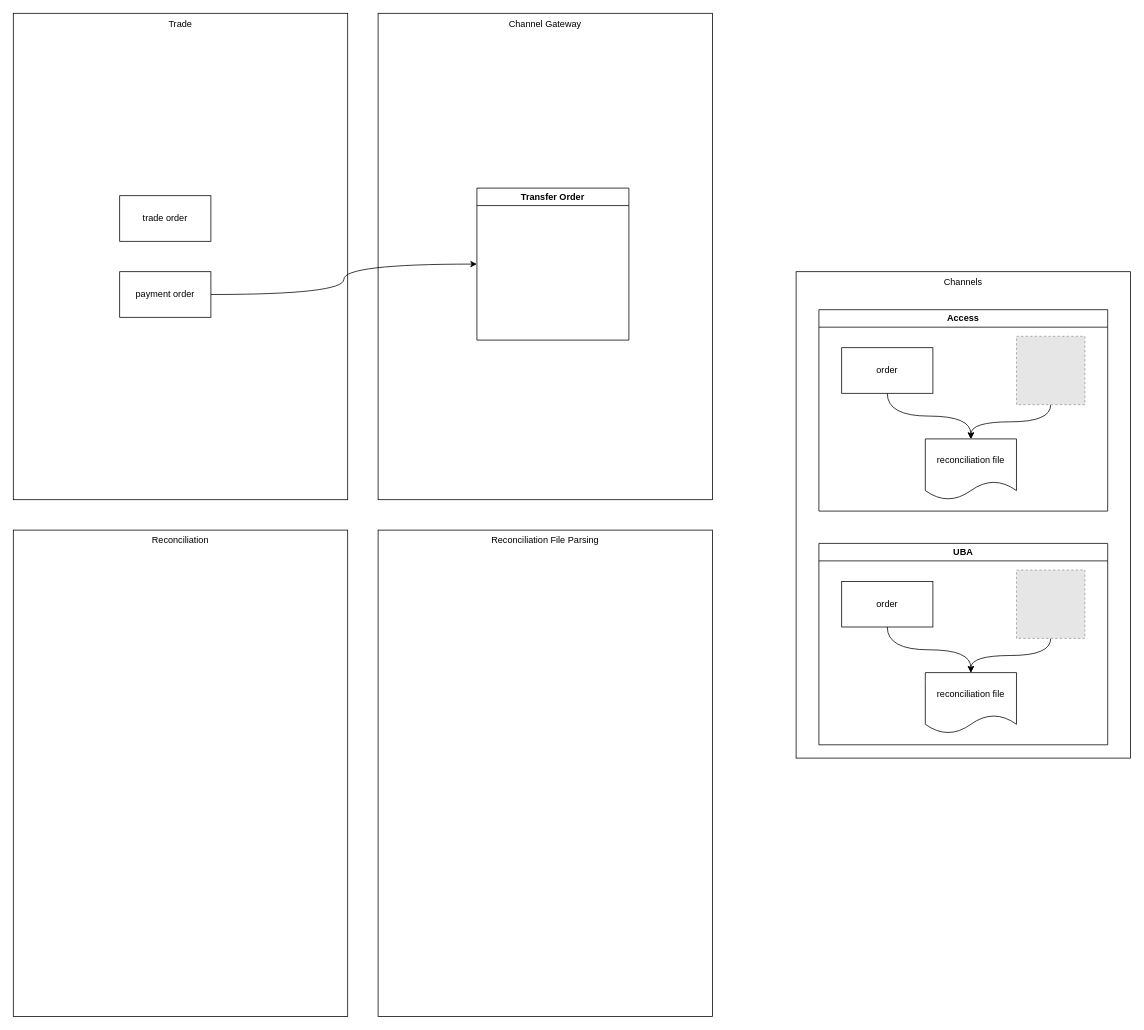
Before: reconciliation solution.drawio in catface996/images, a draw.io diagram. Source tidied: cells renumbered, new cells numbered last; positions are measured from the earlier drawing's top-left corner, leaving out a move shared by most shapes. Both pictures are drawn from the tidied source at 76%, with x=0, y=0 at pixel (13, 13). Pictures stored in the file or linked from it are replaced by grey dashed boxes.
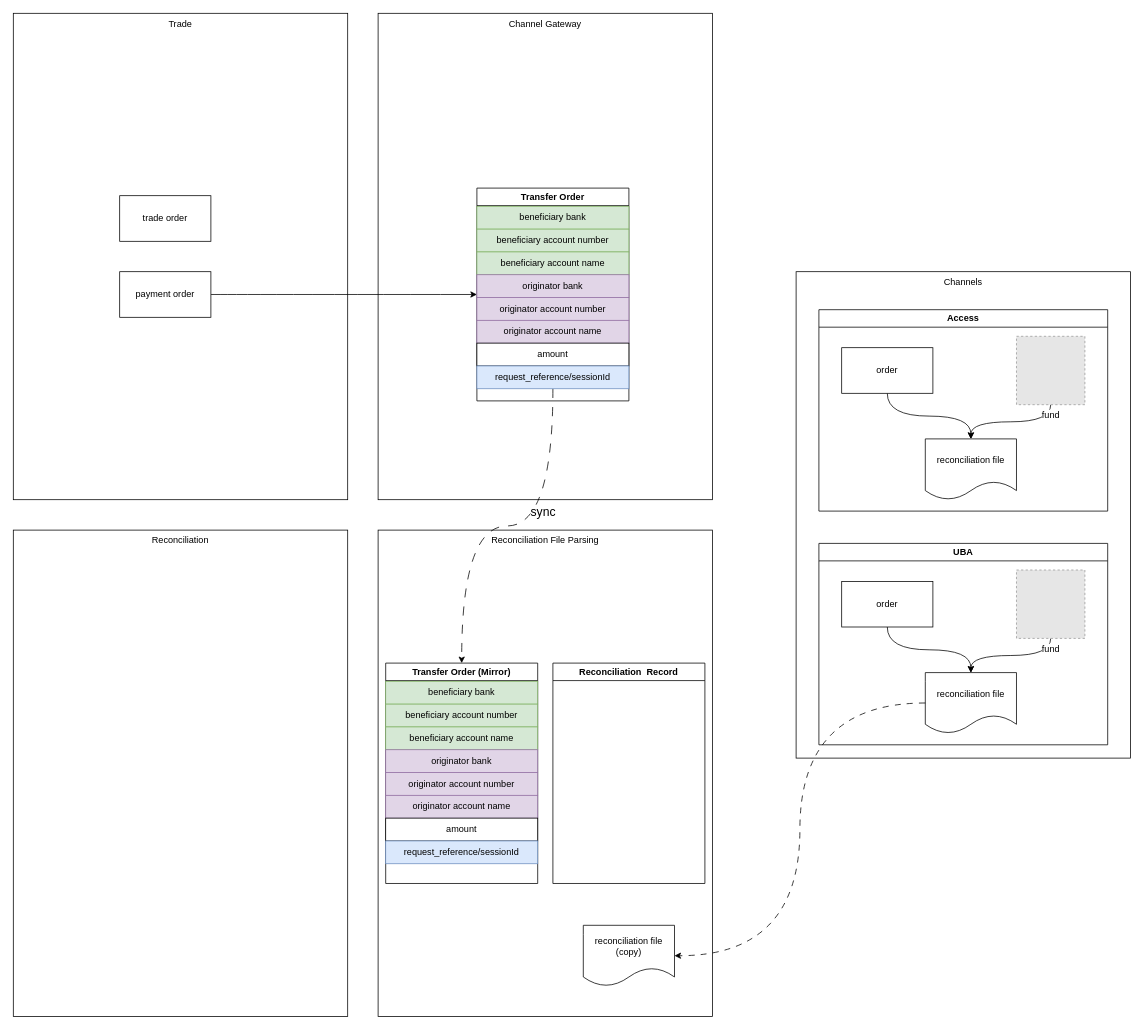
The same page after the edit.

The change refers to these unchanged cells:
```xml
<mxCell id="11" value="Access" style="swimlane;whiteSpace=wrap;html=1;" parent="1" vertex="1">
  <mxGeometry x="1060" y="390" width="380" height="265" as="geometry" />
</mxCell>
<mxCell id="17" value="UBA" style="swimlane;whiteSpace=wrap;html=1;" parent="1" vertex="1">
  <mxGeometry x="1060" y="697.5" width="380" height="265" as="geometry" />
</mxCell>
<mxCell id="18" value="reconciliation file" style="shape=document;whiteSpace=wrap;html=1;boundedLbl=1;" parent="17" vertex="1">
  <mxGeometry x="140" y="170" width="120" height="80" as="geometry" />
</mxCell>
```

Diff of the diagram source:
```diff
@@
     <mxCell id="10" value="Transfer Order" style="swimlane;whiteSpace=wrap;html=1;" parent="1" vertex="1">
-      <mxGeometry x="610" y="230" width="200" height="200" as="geometry" />
+      <mxGeometry x="610" y="230" width="200" height="280" as="geometry" />
     </mxCell>
@@
-    <mxCell id="16" style="fillColor=#E6E6E6;strokeColor=#999999;dashed=1;html=1;verticalAlign=top;verticalLabelPosition=bottom;labelBackgroundColor=#ffffff;" parent="11" vertex="1">
+    <mxCell id="16" value="fund" style="fillColor=#E6E6E6;strokeColor=#999999;dashed=1;html=1;verticalAlign=top;verticalLabelPosition=bottom;labelBackgroundColor=#ffffff;" parent="11" vertex="1">
       <mxGeometry x="260" y="35" width="90" height="90" as="geometry" />
     </mxCell>
@@
-    <mxCell id="22" style="fillColor=#E6E6E6;strokeColor=#999999;dashed=1;html=1;verticalAlign=top;verticalLabelPosition=bottom;labelBackgroundColor=#ffffff;" parent="17" vertex="1">
+    <mxCell id="22" value="fund" style="fillColor=#E6E6E6;strokeColor=#999999;dashed=1;html=1;verticalAlign=top;verticalLabelPosition=bottom;labelBackgroundColor=#ffffff;" parent="17" vertex="1">
       <mxGeometry x="260" y="35" width="90" height="90" as="geometry" />
     </mxCell>
+    <mxCell id="23" style="edgeStyle=orthogonalEdgeStyle;rounded=0;jettySize=auto;html=1;entryX=0.5;entryY=0;entryDx=0;entryDy=0;curved=1;dashed=1;dashPattern=12 12;strokeWidth=1;" parent="1" edge="1" source="35" target="25">
+      <mxGeometry relative="1" as="geometry" />
+    </mxCell>
+    <mxCell id="24" value="sync" style="edgeLabel;html=1;align=center;verticalAlign=middle;fontSize=16;" parent="23" vertex="1">
+      <mxGeometry x="-0.33" y="-14" relative="1" as="geometry" />
+    </mxCell>
+    <mxCell id="25" value="Transfer Order (Mirror)" style="swimlane;whiteSpace=wrap;html=1;" parent="1" vertex="1">
+      <mxGeometry x="490" y="855" width="200" height="290" as="geometry" />
+    </mxCell>
+    <mxCell id="26" value="Reconciliation&amp;nbsp; Record" style="swimlane;whiteSpace=wrap;html=1;" parent="1" vertex="1">
+      <mxGeometry x="710" y="855" width="200" height="290" as="geometry" />
+    </mxCell>
+    <mxCell id="27" style="group;" parent="1" vertex="1">
+      <mxGeometry x="610" y="254" width="200" height="240" as="geometry" />
+    </mxCell>
+    <mxCell id="28" value="beneficiary bank" style="rounded=0;whiteSpace=wrap;html=1;fillColor=#d5e8d4;strokeColor=#82b366;" parent="27" vertex="1">
+      <mxGeometry width="200" height="30" as="geometry" />
+    </mxCell>
+    <mxCell id="29" value="beneficiary account number" style="rounded=0;whiteSpace=wrap;html=1;fillColor=#d5e8d4;strokeColor=#82b366;" parent="27" vertex="1">
+      <mxGeometry y="30" width="200" height="30" as="geometry" />
+    </mxCell>
+    <mxCell id="30" value="beneficiary account name" style="rounded=0;whiteSpace=wrap;html=1;fillColor=#d5e8d4;strokeColor=#82b366;" parent="27" vertex="1">
+      <mxGeometry y="60" width="200" height="30" as="geometry" />
+    </mxCell>
+    <mxCell id="31" value="originator bank" style="rounded=0;whiteSpace=wrap;html=1;fillColor=#e1d5e7;strokeColor=#9673a6;" parent="27" vertex="1">
+      <mxGeometry y="90" width="200" height="30" as="geometry" />
+    </mxCell>
+    <mxCell id="32" value="originator account number" style="rounded=0;whiteSpace=wrap;html=1;fillColor=#e1d5e7;strokeColor=#9673a6;" parent="27" vertex="1">
+      <mxGeometry y="120" width="200" height="30" as="geometry" />
+    </mxCell>
+    <mxCell id="33" value="originator account name" style="rounded=0;whiteSpace=wrap;html=1;fillColor=#e1d5e7;strokeColor=#9673a6;" parent="27" vertex="1">
+      <mxGeometry y="150" width="200" height="30" as="geometry" />
+    </mxCell>
+    <mxCell id="34" value="amount" style="rounded=0;whiteSpace=wrap;html=1;" parent="27" vertex="1">
+      <mxGeometry y="180" width="200" height="30" as="geometry" />
+    </mxCell>
+    <mxCell id="35" value="request_reference/sessionId" style="rounded=0;whiteSpace=wrap;html=1;fillColor=#dae8fc;strokeColor=#6c8ebf;" parent="27" vertex="1">
+      <mxGeometry y="210" width="200" height="30" as="geometry" />
+    </mxCell>
+    <mxCell id="36" style="group;" parent="1" vertex="1">
+      <mxGeometry x="490" y="879" width="200" height="240" as="geometry" />
+    </mxCell>
+    <mxCell id="37" value="beneficiary bank" style="rounded=0;whiteSpace=wrap;html=1;fillColor=#d5e8d4;strokeColor=#82b366;" parent="36" vertex="1">
+      <mxGeometry width="200" height="30" as="geometry" />
+    </mxCell>
+    <mxCell id="38" value="beneficiary account number" style="rounded=0;whiteSpace=wrap;html=1;fillColor=#d5e8d4;strokeColor=#82b366;" parent="36" vertex="1">
+      <mxGeometry y="30" width="200" height="30" as="geometry" />
+    </mxCell>
+    <mxCell id="39" value="beneficiary account name" style="rounded=0;whiteSpace=wrap;html=1;fillColor=#d5e8d4;strokeColor=#82b366;" parent="36" vertex="1">
+      <mxGeometry y="60" width="200" height="30" as="geometry" />
+    </mxCell>
+    <mxCell id="40" value="originator bank" style="rounded=0;whiteSpace=wrap;html=1;fillColor=#e1d5e7;strokeColor=#9673a6;" parent="36" vertex="1">
+      <mxGeometry y="90" width="200" height="30" as="geometry" />
+    </mxCell>
+    <mxCell id="41" value="originator account number" style="rounded=0;whiteSpace=wrap;html=1;fillColor=#e1d5e7;strokeColor=#9673a6;" parent="36" vertex="1">
+      <mxGeometry y="120" width="200" height="30" as="geometry" />
+    </mxCell>
+    <mxCell id="42" value="originator account name" style="rounded=0;whiteSpace=wrap;html=1;fillColor=#e1d5e7;strokeColor=#9673a6;" parent="36" vertex="1">
+      <mxGeometry y="150" width="200" height="30" as="geometry" />
+    </mxCell>
+    <mxCell id="43" value="amount" style="rounded=0;whiteSpace=wrap;html=1;" parent="36" vertex="1">
+      <mxGeometry y="180" width="200" height="30" as="geometry" />
+    </mxCell>
+    <mxCell id="44" value="request_reference/sessionId" style="rounded=0;whiteSpace=wrap;html=1;fillColor=#dae8fc;strokeColor=#6c8ebf;" parent="36" vertex="1">
+      <mxGeometry y="210" width="200" height="30" as="geometry" />
+    </mxCell>
+    <mxCell id="45" value="reconciliation file (copy)" style="shape=document;whiteSpace=wrap;html=1;boundedLbl=1;" parent="1" vertex="1">
+      <mxGeometry x="750" y="1200" width="120" height="80" as="geometry" />
+    </mxCell>
+    <mxCell id="46" style="edgeStyle=orthogonalEdgeStyle;rounded=0;jettySize=auto;html=1;entryX=1;entryY=0.5;entryDx=0;entryDy=0;curved=1;dashed=1;dashPattern=8 8;" parent="1" edge="1" source="18" target="45">
+      <mxGeometry relative="1" as="geometry" />
+    </mxCell>
```
